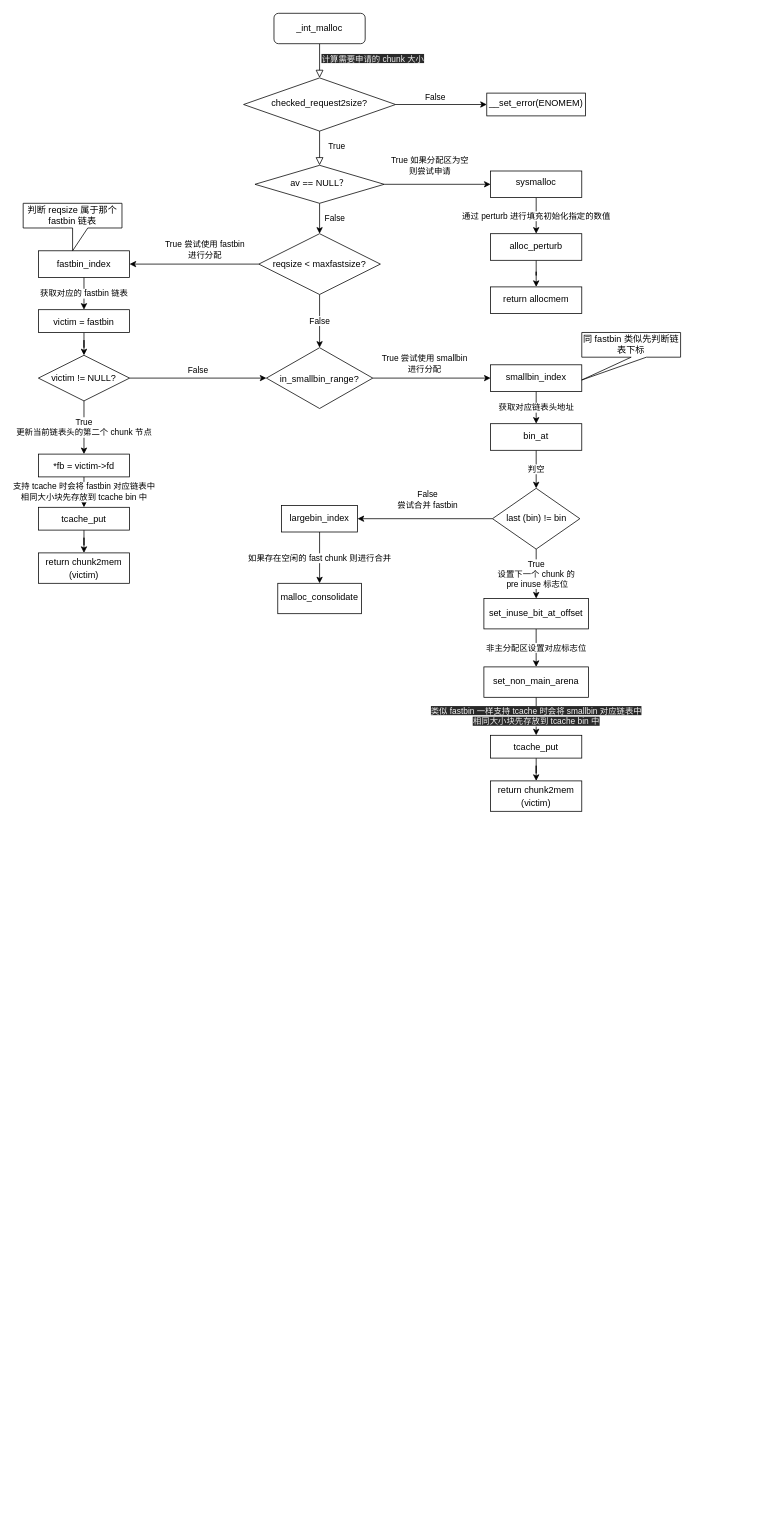
The draw.io diagram page "_int_malloc" (1 of 2) of Doc/02_内存管理/uml/Glibc_int_malloc.drawio in HATTER-LONG/glibc_Learnging, before the edit. Source tidied: cells renumbered, new cells numbered last; positions are measured from the earlier drawing's top-left corner, leaving out a move shared by most shapes. Both pictures are drawn from the tidied source at 76%, with x=0, y=0 at pixel (23, 13).
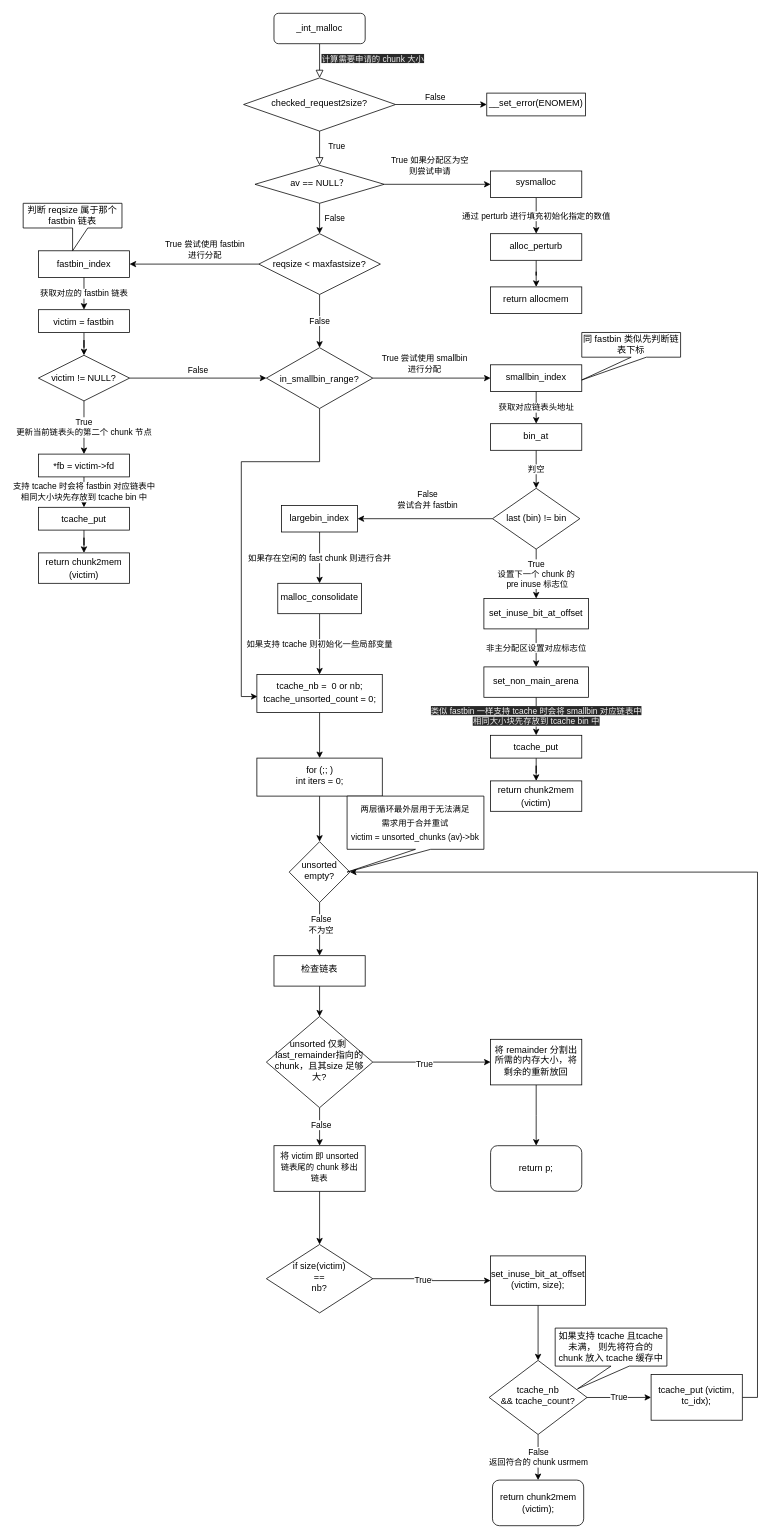
The same page after the edit.

Commit message (it also covers changes not shown here):
整理 05 完善流程图

The change refers to these unchanged cells:
```xml
<mxCell id="36" value="&lt;div style=&quot;line-height: 18px&quot;&gt;in_smallbin_range?&lt;/div&gt;" style="rhombus;whiteSpace=wrap;html=1;" parent="1" vertex="1">
  <mxGeometry x="320" y="440" width="140" height="80" as="geometry" />
</mxCell>
<mxCell id="55" value="&lt;div style=&quot;line-height: 18px&quot;&gt;&lt;div style=&quot;line-height: 18px&quot;&gt;malloc_consolidate&lt;/div&gt;&lt;/div&gt;" style="whiteSpace=wrap;html=1;shadow=0;strokeWidth=1;spacing=6;spacingTop=-4;" parent="1" vertex="1">
  <mxGeometry x="335" y="750" width="110" height="40" as="geometry" />
</mxCell>
```

The edit, as a diff of the source:
```diff
@@
+    <mxCell id="56" style="edgeStyle=orthogonalEdgeStyle;rounded=0;jettySize=auto;html=1;entryX=0.005;entryY=0.58;entryDx=0;entryDy=0;entryPerimeter=0;" parent="1" edge="1" source="36" target="59">
+      <mxGeometry relative="1" as="geometry">
+        <Array as="points">
+          <mxPoint x="390" y="590" />
+          <mxPoint x="287" y="590" />
+          <mxPoint x="287" y="899" />
+        </Array>
+      </mxGeometry>
+    </mxCell>
@@
+    <mxCell id="57" value="如果支持 tcache 则初始化一些局部变量" style="edgeStyle=orthogonalEdgeStyle;rounded=0;jettySize=auto;html=1;" parent="1" edge="1" source="55" target="59">
+      <mxGeometry relative="1" as="geometry" />
+    </mxCell>
@@
+    <mxCell id="58" style="edgeStyle=orthogonalEdgeStyle;rounded=0;jettySize=auto;html=1;" parent="1" edge="1" source="59" target="61">
+      <mxGeometry relative="1" as="geometry" />
+    </mxCell>
+    <mxCell id="59" value="&lt;div style=&quot;line-height: 18px&quot;&gt;&lt;div style=&quot;line-height: 18px&quot;&gt;&lt;span style=&quot;text-align: left&quot;&gt;tcache_nb =&amp;nbsp; 0 or nb;&lt;/span&gt;&lt;br&gt;&lt;/div&gt;&lt;div style=&quot;line-height: 18px&quot;&gt;&lt;span style=&quot;text-align: left&quot;&gt;tcache_unsorted_count = &lt;/span&gt;&lt;span class=&quot;hljs-number&quot; style=&quot;box-sizing: border-box ; text-align: left&quot;&gt;0&lt;/span&gt;&lt;span style=&quot;text-align: left&quot;&gt;;&lt;/span&gt;&lt;span style=&quot;color: rgb(171 , 178 , 191) ; font-family: , &amp;#34;consolas&amp;#34; , &amp;#34;liberation mono&amp;#34; , &amp;#34;menlo&amp;#34; , &amp;#34;courier&amp;#34; , monospace ; font-size: 13.6px ; text-align: left ; background-color: rgb(49 , 54 , 63)&quot;&gt;&lt;br&gt;&lt;/span&gt;&lt;/div&gt;&lt;/div&gt;" style="whiteSpace=wrap;html=1;shadow=0;strokeWidth=1;spacing=6;spacingTop=-4;" parent="1" vertex="1">
+      <mxGeometry x="307.5" y="870" width="165" height="50" as="geometry" />
+    </mxCell>
+    <mxCell id="60" style="edgeStyle=orthogonalEdgeStyle;rounded=0;jettySize=auto;html=1;" parent="1" edge="1" source="61" target="64">
+      <mxGeometry relative="1" as="geometry" />
+    </mxCell>
+    <mxCell id="61" value="&lt;span class=&quot;hljs-keyword&quot; style=&quot;box-sizing: border-box ; text-align: left&quot;&gt;for&lt;/span&gt;&lt;span style=&quot;text-align: left&quot;&gt; (;; )&lt;br&gt;    &lt;/span&gt;&lt;span class=&quot;hljs-keyword&quot; style=&quot;box-sizing: border-box ; text-align: left&quot;&gt;int&lt;/span&gt;&lt;span style=&quot;text-align: left&quot;&gt; iters = &lt;/span&gt;&lt;span class=&quot;hljs-number&quot; style=&quot;box-sizing: border-box ; text-align: left&quot;&gt;0&lt;/span&gt;&lt;span style=&quot;text-align: left&quot;&gt;;&lt;/span&gt;" style="whiteSpace=wrap;html=1;shadow=0;strokeWidth=1;spacing=6;spacingTop=-4;" parent="1" vertex="1">
+      <mxGeometry x="307.5" y="980" width="165" height="50" as="geometry" />
+    </mxCell>
+    <mxCell id="62" style="edgeStyle=orthogonalEdgeStyle;rounded=0;jettySize=auto;html=1;" parent="1" edge="1" source="64" target="66">
+      <mxGeometry relative="1" as="geometry" />
+    </mxCell>
+    <mxCell id="63" value="False &lt;br&gt;不为空" style="edgeLabel;html=1;align=center;verticalAlign=middle;" parent="62" vertex="1">
+      <mxGeometry x="-0.2" y="1" relative="1" as="geometry" />
+    </mxCell>
+    <mxCell id="64" value="unsorted empty?" style="rhombus;whiteSpace=wrap;html=1;shadow=0;strokeWidth=1;spacing=6;spacingTop=-4;" parent="1" vertex="1">
+      <mxGeometry x="350" y="1090" width="80" height="80" as="geometry" />
+    </mxCell>
+    <mxCell id="65" style="edgeStyle=orthogonalEdgeStyle;rounded=0;jettySize=auto;html=1;" parent="1" edge="1" source="66" target="72">
+      <mxGeometry relative="1" as="geometry" />
+    </mxCell>
+    <mxCell id="66" value="检查链表" style="whiteSpace=wrap;html=1;shadow=0;strokeWidth=1;spacing=6;spacingTop=-4;" parent="1" vertex="1">
+      <mxGeometry x="330" y="1240" width="120" height="40" as="geometry" />
+    </mxCell>
+    <mxCell id="67" value="&lt;div style=&quot;line-height: 18px ; font-size: 11px&quot;&gt;&lt;font style=&quot;font-size: 11px&quot;&gt;两层循环&lt;/font&gt;&lt;span&gt;最外层用于无法满足&lt;/span&gt;&lt;/div&gt;&lt;div style=&quot;line-height: 18px ; font-size: 11px&quot;&gt;&lt;span&gt;需求&lt;/span&gt;&lt;span&gt;用于合并重试&lt;/span&gt;&lt;/div&gt;&lt;div style=&quot;line-height: 18px ; font-size: 11px&quot;&gt;&lt;span style=&quot;text-align: left&quot;&gt;&lt;font style=&quot;font-size: 11px&quot;&gt;victim = unsorted_chunks (av)-&amp;gt;bk&lt;/font&gt;&lt;/span&gt;&lt;br&gt;&lt;/div&gt;" style="shape=callout;whiteSpace=wrap;html=1;perimeter=calloutPerimeter;position2=0;" parent="1" vertex="1">
+      <mxGeometry x="426.2" y="1030" width="180" height="100" as="geometry" />
+    </mxCell>
+    <mxCell id="68" style="edgeStyle=orthogonalEdgeStyle;rounded=0;jettySize=auto;html=1;" parent="1" edge="1" source="72" target="74">
+      <mxGeometry relative="1" as="geometry" />
+    </mxCell>
+    <mxCell id="69" value="True&lt;br&gt;" style="edgeLabel;html=1;align=center;verticalAlign=middle;" parent="68" vertex="1">
+      <mxGeometry x="-0.13" y="-2" relative="1" as="geometry" />
+    </mxCell>
+    <mxCell id="70" style="edgeStyle=orthogonalEdgeStyle;rounded=0;jettySize=auto;html=1;" parent="1" edge="1" source="72" target="77">
+      <mxGeometry relative="1" as="geometry" />
+    </mxCell>
+    <mxCell id="71" value="False" style="edgeLabel;html=1;align=center;verticalAlign=middle;" parent="70" vertex="1">
+      <mxGeometry x="-0.12" y="1" relative="1" as="geometry" />
+    </mxCell>
+    <mxCell id="72" value="unsorted 仅剩&amp;nbsp;&lt;br&gt;last_remainder指向的&lt;br&gt;chunk，且其size 足够大?" style="rhombus;whiteSpace=wrap;html=1;shadow=0;strokeWidth=1;spacing=6;spacingTop=-4;" parent="1" vertex="1">
+      <mxGeometry x="320" y="1320" width="140" height="120" as="geometry" />
+    </mxCell>
+    <mxCell id="73" style="edgeStyle=orthogonalEdgeStyle;rounded=0;jettySize=auto;html=1;" parent="1" edge="1" source="74">
+      <mxGeometry relative="1" as="geometry">
+        <mxPoint x="675" y="1490" as="targetPoint" />
+      </mxGeometry>
+    </mxCell>
+    <mxCell id="74" value="将 remainder 分割出所需的内存大小，将剩余的重新放回" style="whiteSpace=wrap;html=1;shadow=0;strokeWidth=1;spacing=6;spacingTop=-4;" parent="1" vertex="1">
+      <mxGeometry x="615" y="1350" width="120" height="60" as="geometry" />
+    </mxCell>
+    <mxCell id="75" value="return p;" style="rounded=1;whiteSpace=wrap;html=1;" parent="1" vertex="1">
+      <mxGeometry x="615" y="1490" width="120" height="60" as="geometry" />
+    </mxCell>
+    <mxCell id="76" style="edgeStyle=orthogonalEdgeStyle;rounded=0;jettySize=auto;html=1;" parent="1" edge="1" source="77" target="80">
+      <mxGeometry relative="1" as="geometry" />
+    </mxCell>
+    <mxCell id="77" value="将&amp;nbsp;&lt;span style=&quot;font-size: 11px ; text-align: left&quot;&gt;victim 即 unsorted 链表尾的 chunk 移出链表&lt;/span&gt;" style="whiteSpace=wrap;html=1;shadow=0;strokeWidth=1;spacing=6;spacingTop=-4;" parent="1" vertex="1">
+      <mxGeometry x="330" y="1490" width="120" height="60" as="geometry" />
+    </mxCell>
+    <mxCell id="78" style="edgeStyle=orthogonalEdgeStyle;rounded=0;jettySize=auto;html=1;" parent="1" edge="1" source="80" target="82">
+      <mxGeometry relative="1" as="geometry" />
+    </mxCell>
+    <mxCell id="79" value="True" style="edgeLabel;html=1;align=center;verticalAlign=middle;" parent="78" vertex="1">
+      <mxGeometry x="-0.18" y="-1" relative="1" as="geometry" />
+    </mxCell>
+    <mxCell id="80" value="if size(victim)&lt;br&gt;==&lt;br&gt;nb?" style="rhombus;whiteSpace=wrap;html=1;shadow=0;strokeWidth=1;spacing=6;spacingTop=-4;" parent="1" vertex="1">
+      <mxGeometry x="320" y="1620" width="140" height="90" as="geometry" />
+    </mxCell>
+    <mxCell id="81" style="edgeStyle=orthogonalEdgeStyle;rounded=0;jettySize=auto;html=1;" parent="1" edge="1" source="82" target="85">
+      <mxGeometry relative="1" as="geometry" />
+    </mxCell>
+    <mxCell id="82" value="&lt;span style=&quot;text-align: left&quot;&gt;set_inuse_bit_at_offset (victim, size);&lt;/span&gt;" style="whiteSpace=wrap;html=1;shadow=0;strokeWidth=1;spacing=6;spacingTop=-4;" parent="1" vertex="1">
+      <mxGeometry x="615" y="1635" width="125" height="65" as="geometry" />
+    </mxCell>
+    <mxCell id="83" value="True" style="edgeStyle=orthogonalEdgeStyle;rounded=0;jettySize=auto;html=1;" parent="1" edge="1" source="85" target="88">
+      <mxGeometry relative="1" as="geometry" />
+    </mxCell>
+    <mxCell id="84" value="False&lt;br&gt;返回符合的 chunk usrmem" style="edgeStyle=orthogonalEdgeStyle;rounded=0;jettySize=auto;html=1;entryX=0.5;entryY=0;entryDx=0;entryDy=0;" parent="1" edge="1" source="85" target="89">
+      <mxGeometry relative="1" as="geometry" />
+    </mxCell>
+    <mxCell id="85" value="&lt;span style=&quot;text-align: left&quot;&gt;tcache_nb&lt;br&gt;&amp;amp;&amp;amp; tcache_count?&lt;br&gt;&lt;/span&gt;" style="rhombus;whiteSpace=wrap;html=1;shadow=0;strokeWidth=1;spacing=6;spacingTop=-4;" parent="1" vertex="1">
+      <mxGeometry x="613.1" y="1772.5" width="128.8" height="97.5" as="geometry" />
+    </mxCell>
+    <mxCell id="86" value="&lt;span style=&quot;text-align: left&quot;&gt;如果支持 tcache 且tcache 未满， 则先将符合的 chunk 放入 tcache 缓存中&lt;/span&gt;" style="shape=callout;whiteSpace=wrap;html=1;perimeter=calloutPerimeter;base=24;position2=0.2;" parent="1" vertex="1">
+      <mxGeometry x="700" y="1730" width="147" height="80" as="geometry" />
+    </mxCell>
+    <mxCell id="87" style="edgeStyle=orthogonalEdgeStyle;rounded=0;jettySize=auto;html=1;exitX=1;exitY=0.5;exitDx=0;exitDy=0;entryX=1;entryY=0.5;entryDx=0;entryDy=0;" parent="1" edge="1" source="88" target="64">
+      <mxGeometry relative="1" as="geometry" />
+    </mxCell>
+    <mxCell id="88" value="&lt;span style=&quot;text-align: left&quot;&gt;tcache_put (victim, tc_idx);&lt;/span&gt;" style="whiteSpace=wrap;html=1;shadow=0;strokeWidth=1;spacing=6;spacingTop=-4;" parent="1" vertex="1">
+      <mxGeometry x="826.2" y="1791.2" width="120" height="60" as="geometry" />
+    </mxCell>
+    <mxCell id="89" value="&lt;span&gt;return&amp;nbsp;&lt;/span&gt;&lt;span style=&quot;text-align: left&quot;&gt;chunk2mem (victim);&lt;/span&gt;" style="rounded=1;whiteSpace=wrap;html=1;" parent="1" vertex="1">
+      <mxGeometry x="617.5" y="1930" width="120" height="60" as="geometry" />
+    </mxCell>
```
